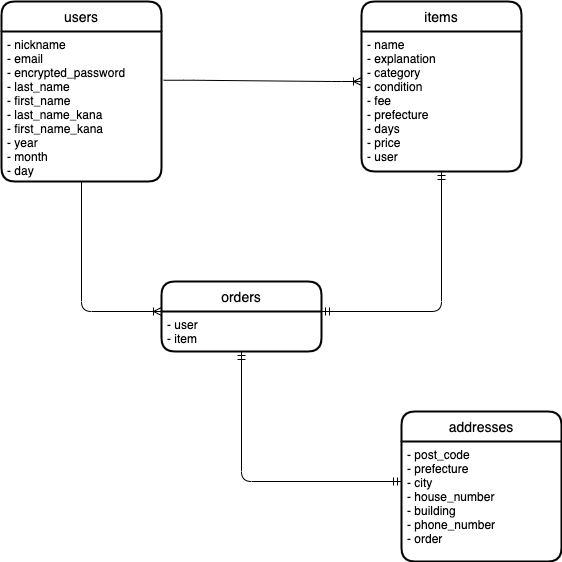
Before: ERdiagram.drawio.png, a diagram exported from draw.io (orange-soba/furima-39531). Source tidied: cells renumbered, new cells last; positions are measured from the earlier drawing's top-left corner, leaving out a move shared by most shapes.
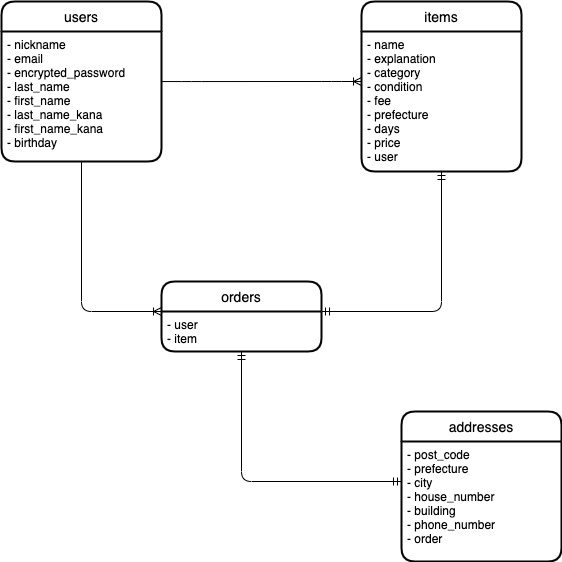
After the commit.

Commit message:
生年月日のカラムの修正

Change to the diagram source:
```diff
@@ -3,10 +3,10 @@
     <mxCell id="0" />
     <mxCell id="1" parent="0" />
     <mxCell id="2" value="users" style="swimlane;horizontal=1;startSize=30;rounded=1;fontSize=14;fontStyle=0;strokeWidth=2;shadow=0;dashed=0;align=center;" parent="1" vertex="1">
-      <mxGeometry width="160" height="180" as="geometry" />
+      <mxGeometry width="160" height="160" as="geometry" />
     </mxCell>
-    <mxCell id="3" value="- nickname&#10;- email&#10;- encrypted_password&#10;- last_name&#10;- first_name&#10;- last_name_kana&#10;- first_name_kana&#10;- year&#10;- month&#10;- day" style="align=left;strokeColor=none;fillColor=none;spacingLeft=4;fontSize=12;verticalAlign=top;" parent="2" vertex="1">
-      <mxGeometry y="30" width="160" height="150" as="geometry" />
+    <mxCell id="3" value="- nickname&#10;- email&#10;- encrypted_password&#10;- last_name&#10;- first_name&#10;- last_name_kana&#10;- first_name_kana&#10;- birthday" style="align=left;strokeColor=none;fillColor=none;spacingLeft=4;fontSize=12;verticalAlign=top;" parent="2" vertex="1">
+      <mxGeometry y="30" width="160" height="130" as="geometry" />
     </mxCell>
     <mxCell id="4" value="items" style="swimlane;horizontal=1;startSize=30;rounded=1;fontSize=14;fontStyle=0;strokeWidth=2;shadow=0;dashed=0;align=center;" parent="1" vertex="1">
       <mxGeometry x="360" width="160" height="170" as="geometry" />
@@ -14,7 +14,7 @@
     <mxCell id="5" value="- name&#10;- explanation&#10;- category&#10;- condition&#10;- fee&#10;- prefecture&#10;- days&#10;- price&#10;- user" style="align=left;strokeColor=none;fillColor=none;spacingLeft=4;fontSize=12;verticalAlign=top;" parent="4" vertex="1">
       <mxGeometry y="30" width="160" height="140" as="geometry" />
     </mxCell>
-    <mxCell id="6" style="edgeStyle=entityRelationEdgeStyle;fontSize=12;html=1;endArrow=ERoneToMany;exitX=1.013;exitY=0.325;exitDx=0;exitDy=0;exitPerimeter=0;" parent="1" edge="1" source="3">
+    <mxCell id="6" style="edgeStyle=entityRelationEdgeStyle;fontSize=12;html=1;endArrow=ERoneToMany;exitX=1;exitY=0.385;exitDx=0;exitDy=0;exitPerimeter=0;" parent="1" edge="1" source="3">
       <mxGeometry relative="1" as="geometry">
         <mxPoint x="360" y="80" as="targetPoint" />
       </mxGeometry>
```
